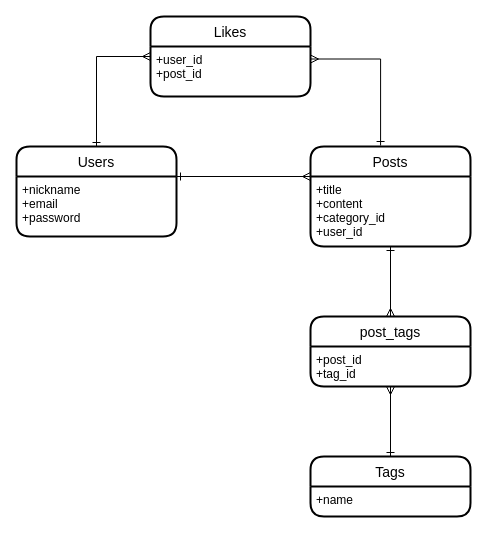
Before: review.dio in ukkiy-ray/ani-review, a draw.io diagram. Source tidied: cells renumbered, new cells numbered last; positions are measured from the earlier drawing's top-left corner, leaving out a move shared by most shapes. Both pictures are drawn from the tidied source at 100%, with x=0, y=0 at pixel (16, 16).
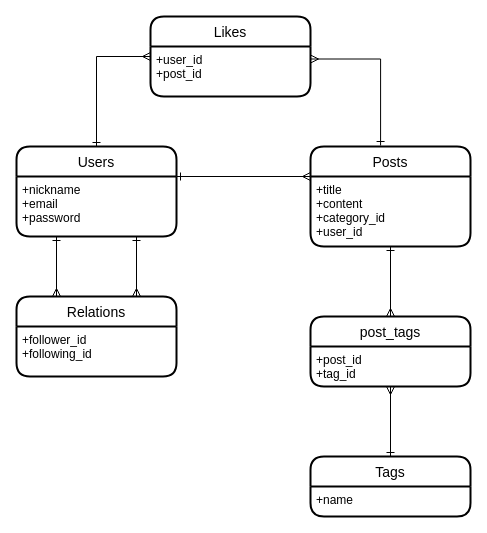
Above is the later version.

The change refers to these unchanged cells:
```xml
<mxCell id="3" value="+nickname&#10;+email&#10;+password" style="align=left;strokeColor=none;fillColor=none;spacingLeft=4;fontSize=12;verticalAlign=top;" parent="2" vertex="1">
  <mxGeometry y="30" width="160" height="60" as="geometry" />
</mxCell>
```

Diff of the diagram source:
```diff
@@
+    <mxCell id="17" value="Relations" style="swimlane;horizontal=1;startSize=30;rounded=1;fontSize=14;fontStyle=0;strokeWidth=2;shadow=0;dashed=0;align=center;" parent="1" vertex="1">
+      <mxGeometry y="280" width="160" height="80" as="geometry" />
+    </mxCell>
+    <mxCell id="18" value="+follower_id&#10;+following_id" style="align=left;strokeColor=none;fillColor=none;spacingLeft=4;fontSize=12;verticalAlign=top;" parent="17" vertex="1">
+      <mxGeometry y="30" width="160" height="50" as="geometry" />
+    </mxCell>
+    <mxCell id="19" style="edgeStyle=orthogonalEdgeStyle;rounded=0;jettySize=auto;html=1;exitX=0.25;exitY=1;exitDx=0;exitDy=0;entryX=0.25;entryY=0;entryDx=0;entryDy=0;startArrow=ERone;startFill=0;endArrow=ERmany;endFill=0;" parent="1" edge="1" source="3" target="17">
+      <mxGeometry relative="1" as="geometry" />
+    </mxCell>
+    <mxCell id="20" style="edgeStyle=orthogonalEdgeStyle;rounded=0;jettySize=auto;html=1;exitX=0.75;exitY=1;exitDx=0;exitDy=0;entryX=0.75;entryY=0;entryDx=0;entryDy=0;startArrow=ERone;startFill=0;endArrow=ERmany;endFill=0;" parent="1" edge="1" source="3" target="17">
+      <mxGeometry relative="1" as="geometry" />
+    </mxCell>
```
